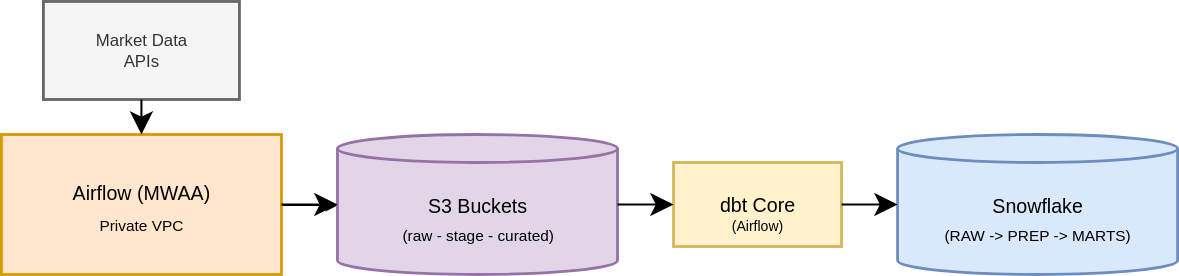
Before: public/assets/diagrams/architecture-flow.v2.svg, a diagram exported from draw.io (davehasacat/catincloudlabs). Source tidied: cells renumbered, new cells last; positions are measured from the earlier drawing's top-left corner, leaving out a move shared by most shapes.
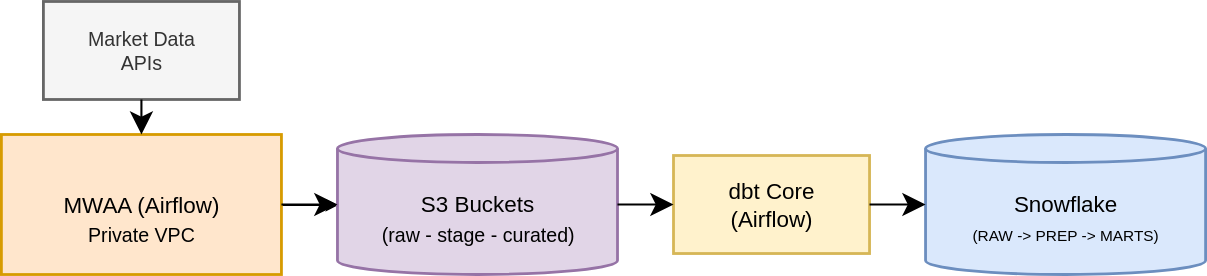
After the change.

Change to the diagram source:
```diff
@@ -2,23 +2,23 @@
   <root>
     <mxCell id="0" />
     <mxCell id="1" parent="0" />
-    <mxCell id="2" value="Market Data&#10;APIs" style="whiteSpace=wrap;strokeWidth=2;fillColor=#f5f5f5;fontColor=#333333;strokeColor=#666666;fontSize=12;" parent="1" vertex="1">
+    <mxCell id="2" value="Market Data&#10;APIs" style="whiteSpace=wrap;strokeWidth=2;fillColor=#f5f5f5;fontColor=#333333;strokeColor=#666666;fontSize=14;" parent="1" vertex="1">
       <mxGeometry x="30" width="140" height="70" as="geometry" />
     </mxCell>
     <mxCell id="3" style="edgeStyle=orthogonalEdgeStyle;rounded=0;jettySize=auto;html=1;" parent="1" edge="1" source="4" target="5">
       <mxGeometry relative="1" as="geometry" />
     </mxCell>
-    <mxCell id="4" value="Airflow (MWAA)&#10;" style="whiteSpace=wrap;strokeWidth=2;fillColor=#ffe6cc;strokeColor=#d79b00;fontSize=14;" parent="1" vertex="1">
+    <mxCell id="4" value="MWAA (Airflow)" style="whiteSpace=wrap;strokeWidth=2;fillColor=#ffe6cc;strokeColor=#d79b00;fontSize=16;" parent="1" vertex="1">
       <mxGeometry y="95" width="200" height="100" as="geometry" />
     </mxCell>
-    <mxCell id="5" value="S3 Buckets&#10;" style="shape=cylinder3;boundedLbl=1;backgroundOutline=1;size=10;strokeWidth=2;whiteSpace=wrap;fillColor=#e1d5e7;strokeColor=#9673a6;fontSize=14;" parent="1" vertex="1">
+    <mxCell id="5" value="S3 Buckets&#10;" style="shape=cylinder3;boundedLbl=1;backgroundOutline=1;size=10;strokeWidth=2;whiteSpace=wrap;fillColor=#e1d5e7;strokeColor=#9673a6;fontSize=16;" parent="1" vertex="1">
       <mxGeometry x="240" y="95" width="200" height="100" as="geometry" />
     </mxCell>
-    <mxCell id="6" value="dbt Core" style="whiteSpace=wrap;strokeWidth=2;fillColor=#fff2cc;strokeColor=#d6b656;fontSize=14;" parent="1" vertex="1">
-      <mxGeometry x="480" y="115" width="120" height="60" as="geometry" />
+    <mxCell id="6" value="dbt Core&#10;(Airflow)" style="whiteSpace=wrap;strokeWidth=2;fillColor=#fff2cc;strokeColor=#d6b656;fontSize=16;" parent="1" vertex="1">
+      <mxGeometry x="480" y="110" width="140" height="70" as="geometry" />
     </mxCell>
-    <mxCell id="7" value="Snowflake&#10;" style="shape=cylinder3;boundedLbl=1;backgroundOutline=1;size=10;strokeWidth=2;whiteSpace=wrap;fillColor=#dae8fc;strokeColor=#6c8ebf;fontSize=14;" parent="1" vertex="1">
-      <mxGeometry x="640" y="95" width="200" height="100" as="geometry" />
+    <mxCell id="7" value="Snowflake&#10;" style="shape=cylinder3;boundedLbl=1;backgroundOutline=1;size=10;strokeWidth=2;whiteSpace=wrap;fillColor=#dae8fc;strokeColor=#6c8ebf;fontSize=16;" parent="1" vertex="1">
+      <mxGeometry x="660" y="95" width="200" height="100" as="geometry" />
     </mxCell>
     <mxCell id="8" style="endArrow=classic;html=1;rounded=0;exitX=1;exitY=0.5;exitDx=0;exitDy=0;entryX=0;entryY=0.5;entryDx=0;entryDy=0;fontSize=12;endFill=1;entryPerimeter=0;endSize=12;strokeWidth=1.5;" parent="1" edge="1" source="4" target="5">
       <mxGeometry relative="1" as="geometry" />
@@ -32,17 +32,14 @@
     <mxCell id="11" style="endArrow=classic;html=1;rounded=0;exitX=1;exitY=0.5;exitDx=0;exitDy=0;entryX=0;entryY=0.5;entryDx=0;entryDy=0;fontSize=12;endFill=1;endSize=12;strokeWidth=1.5;entryPerimeter=0;" parent="1" edge="1" source="6" target="7">
       <mxGeometry relative="1" as="geometry" />
     </mxCell>
-    <mxCell id="12" value="&lt;font style=&quot;font-size: 10px;&quot;&gt;(Airflow)&lt;/font&gt;" style="text;html=1;whiteSpace=wrap;strokeColor=none;fillColor=none;align=center;verticalAlign=middle;rounded=0;" parent="1" vertex="1">
-      <mxGeometry x="510" y="145" width="60" height="30" as="geometry" />
+    <mxCell id="12" value="&lt;font style=&quot;font-size: 11px;&quot;&gt;(RAW -&amp;gt; PREP -&amp;gt; MARTS)&lt;/font&gt;" style="text;html=1;whiteSpace=wrap;strokeColor=none;fillColor=none;align=center;verticalAlign=middle;rounded=0;" parent="1" vertex="1">
+      <mxGeometry x="668" y="152" width="184" height="30" as="geometry" />
     </mxCell>
-    <mxCell id="13" value="&lt;font style=&quot;font-size: 11px;&quot;&gt;(RAW -&amp;gt; PREP -&amp;gt; MARTS)&lt;/font&gt;" style="text;html=1;whiteSpace=wrap;strokeColor=none;fillColor=none;align=center;verticalAlign=middle;rounded=0;" parent="1" vertex="1">
-      <mxGeometry x="648" y="152" width="184" height="30" as="geometry" />
+    <mxCell id="13" value="&lt;font style=&quot;font-size: 14px;&quot;&gt;(raw - stage - curated)&lt;/font&gt;" style="text;html=1;whiteSpace=wrap;strokeColor=none;fillColor=none;align=center;verticalAlign=middle;rounded=0;" parent="1" vertex="1">
+      <mxGeometry x="266.5" y="152" width="147" height="30" as="geometry" />
     </mxCell>
-    <mxCell id="14" value="&lt;font style=&quot;font-size: 11px;&quot;&gt;(raw - stage - curated)&lt;/font&gt;" style="text;html=1;whiteSpace=wrap;strokeColor=none;fillColor=none;align=center;verticalAlign=middle;rounded=0;" parent="1" vertex="1">
-      <mxGeometry x="266.5" y="152" width="147" height="30" as="geometry" />
+    <mxCell id="14" value="&lt;font style=&quot;font-size: 14px;&quot;&gt;Private VPC&lt;/font&gt;" style="text;html=1;whiteSpace=wrap;strokeColor=none;fillColor=none;align=center;verticalAlign=middle;rounded=0;" parent="1" vertex="1">
+      <mxGeometry x="60" y="152" width="80" height="30" as="geometry" />
     </mxCell>
-    <mxCell id="15" value="&lt;font style=&quot;font-size: 11px;&quot;&gt;Private VPC&lt;/font&gt;" style="text;html=1;whiteSpace=wrap;strokeColor=none;fillColor=none;align=center;verticalAlign=middle;rounded=0;" parent="1" vertex="1">
-      <mxGeometry x="60" y="145" width="80" height="30" as="geometry" />
-    </mxCell>
   </root>
 </mxGraphModel>
```
